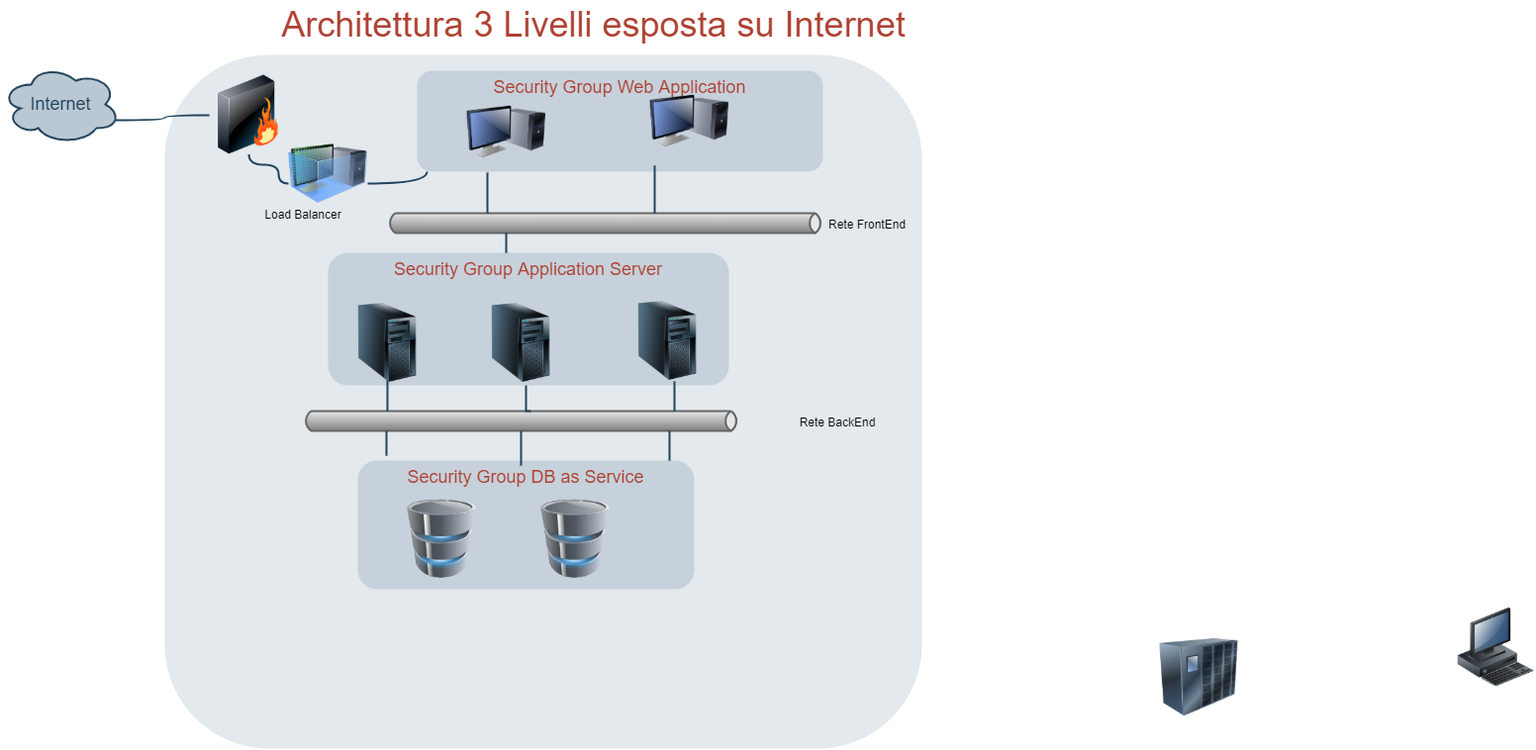
marcopasks/nivola_doc_test_en keeps this draw.io diagram as docs/Linee_guida/img/Arch-3-livelli-internet.png. Above is the earlier version. Source tidied: cells renumbered, new cells last; positions are measured from the earlier drawing's top-left corner, leaving out a move shared by most shapes.
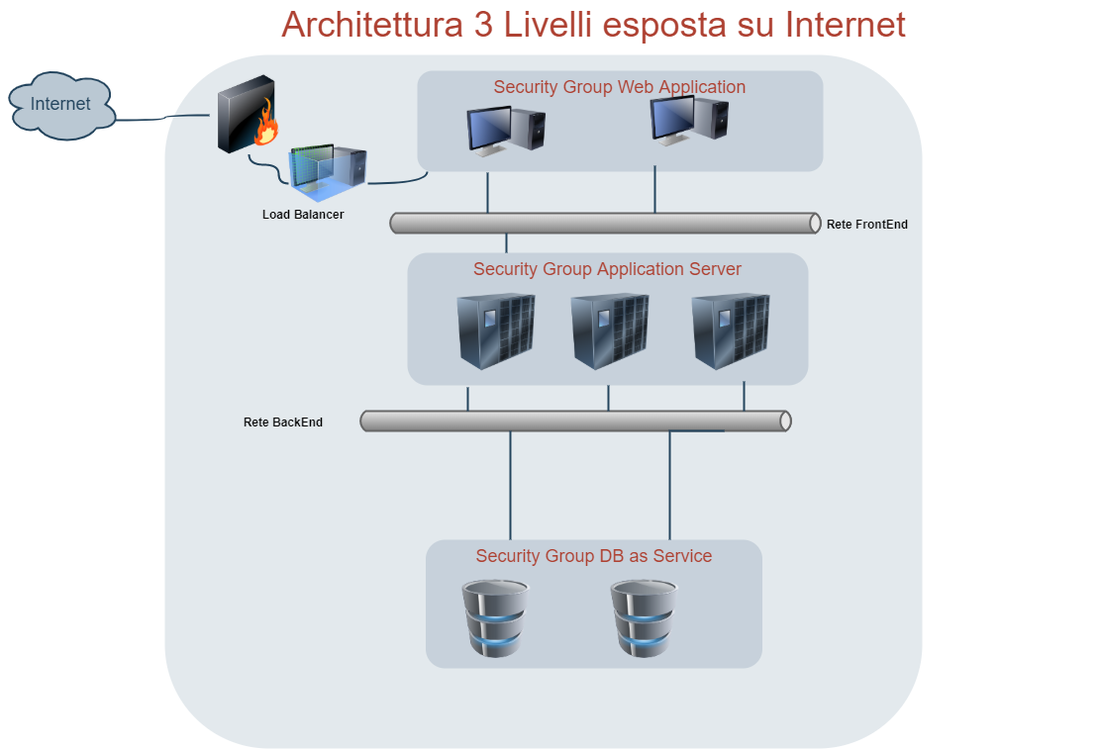
After the commit.

Diff of the diagram source:
```diff
@@ -9,10 +9,10 @@
       <mxGeometry x="420" y="71" width="410" height="102" as="geometry" />
     </mxCell>
     <mxCell id="4" value="&lt;span style=&quot;line-height: 17.1818180084229px&quot;&gt;Security Group Application Server&lt;/span&gt;" style="rounded=1;whiteSpace=wrap;html=1;shadow=0;strokeColor=none;fillColor=#BAC8D3;gradientColor=none;fontSize=18;fontColor=#AE4132;verticalAlign=top;fontStyle=0;opacity=70;strokeWidth=3;" parent="1" vertex="1">
-      <mxGeometry x="330" y="255" width="405" height="134" as="geometry" />
+      <mxGeometry x="410" y="255" width="405" height="134" as="geometry" />
     </mxCell>
     <mxCell id="5" value="Security Group DB as Service" style="rounded=1;whiteSpace=wrap;html=1;shadow=0;strokeColor=none;fillColor=#BAC8D3;gradientColor=none;fontSize=18;fontColor=#AE4132;verticalAlign=top;fontStyle=0;opacity=70;strokeWidth=3;" parent="1" vertex="1">
-      <mxGeometry x="360" y="465" width="340" height="130" as="geometry" />
+      <mxGeometry x="428.5" y="545" width="340" height="130" as="geometry" />
     </mxCell>
     <mxCell id="6" style="strokeWidth=2;strokeColor=#666666;dashed=0;align=center;html=1;fontSize=8;shape=mxgraph.eip.messageChannel;shadow=0;fillColor=#FFFFFF;gradientColor=none;fontColor=#F08705;fontStyle=0;" parent="1" vertex="1">
       <mxGeometry x="390" y="215" width="440" height="20" as="geometry" />
@@ -20,36 +20,25 @@
     <mxCell id="7" style="image;html=1;image=img/lib/clip_art/computers/Monitor_Tower_128x128.png;shadow=0;strokeColor=#000000;fillColor=#FFFFFF;gradientColor=none;fontSize=18;fontColor=#F08705;fontStyle=0;" parent="1" vertex="1">
       <mxGeometry x="470" y="93" width="80" height="80" as="geometry" />
     </mxCell>
-    <mxCell id="8" style="image;html=1;image=img/lib/clip_art/computers/Server_Tower_128x128.png;shadow=0;strokeColor=#000000;fillColor=#FFFFFF;gradientColor=none;fontSize=18;fontColor=#F08705;fontStyle=0;" parent="1" vertex="1">
-      <mxGeometry x="350" y="306" width="80" height="80" as="geometry" />
-    </mxCell>
-    <mxCell id="9" style="image;html=1;image=img/lib/clip_art/computers/Server_Tower_128x128.png;shadow=0;strokeColor=#000000;fillColor=#FFFFFF;gradientColor=none;fontSize=18;fontColor=#F08705;fontStyle=0;" parent="1" vertex="1">
-      <mxGeometry x="485" y="306" width="80" height="80" as="geometry" />
-    </mxCell>
-    <mxCell id="10" style="image;html=1;image=img/lib/clip_art/computers/Server_Tower_128x128.png;shadow=0;strokeColor=#000000;fillColor=#FFFFFF;gradientColor=none;fontSize=18;fontColor=#F08705;fontStyle=0;" parent="1" vertex="1">
-      <mxGeometry x="633" y="304" width="80" height="80" as="geometry" />
-    </mxCell>
     <mxCell id="11" style="strokeWidth=2;strokeColor=#666666;dashed=0;align=center;html=1;fontSize=8;shape=mxgraph.eip.messageChannel;shadow=0;fillColor=#FFFFFF;gradientColor=none;fontColor=#F08705;fontStyle=0;" parent="1" vertex="1">
-      <mxGeometry x="305" y="415" width="440" height="20" as="geometry" />
+      <mxGeometry x="360" y="415" width="440" height="20" as="geometry" />
     </mxCell>
-    <mxCell id="12" style="image;html=1;image=img/lib/clip_art/computers/Workstation_128x128.png;shadow=0;strokeColor=#000000;fillColor=#FFFFFF;gradientColor=none;fontSize=18;fontColor=#F08705;fontStyle=0;" parent="1" vertex="1">
-      <mxGeometry x="1470" y="614" width="80" height="80" as="geometry" />
-    </mxCell>
     <mxCell id="13" style="edgeStyle=elbowEdgeStyle;strokeWidth=2;rounded=0;endArrow=none;startArrow=none;startSize=10;endSize=10;dashed=0;html=1;strokeColor=#23445D;fontSize=18;fontColor=#F08705;startFill=0;endFill=0;fontStyle=0;exitX=0.173;exitY=1.01;exitDx=0;exitDy=0;exitPerimeter=0;" parent="1" edge="1" source="3" target="6">
       <mxGeometry relative="1" as="geometry" />
     </mxCell>
-    <mxCell id="14" style="edgeStyle=elbowEdgeStyle;strokeWidth=2;rounded=0;endArrow=none;startArrow=none;startSize=10;endSize=10;dashed=0;html=1;strokeColor=#23445D;fontSize=18;fontColor=#F08705;startFill=0;endFill=0;fontStyle=0;" parent="1" edge="1" target="11">
-      <mxGeometry relative="1" as="geometry">
-        <mxPoint x="390" y="384" as="sourcePoint" />
-      </mxGeometry>
+    <mxCell id="14" style="edgeStyle=elbowEdgeStyle;strokeWidth=2;rounded=0;endArrow=none;startArrow=none;startSize=10;endSize=10;dashed=0;html=1;strokeColor=#23445D;fontSize=18;fontColor=#F08705;startFill=0;endFill=0;fontStyle=0;exitX=0.151;exitY=1.015;exitDx=0;exitDy=0;exitPerimeter=0;" parent="1" edge="1" source="4" target="11">
+      <mxGeometry relative="1" as="geometry" />
     </mxCell>
     <mxCell id="15" style="edgeStyle=elbowEdgeStyle;strokeWidth=2;rounded=0;endArrow=none;startArrow=none;startSize=10;endSize=10;dashed=0;html=1;strokeColor=#23445D;fontSize=18;fontColor=#F08705;startFill=0;endFill=0;fontStyle=0;" parent="1" edge="1" target="11">
       <mxGeometry relative="1" as="geometry">
-        <mxPoint x="680" y="385" as="sourcePoint" />
+        <mxPoint x="750" y="385" as="sourcePoint" />
+        <Array as="points">
+          <mxPoint x="750" y="400" />
+        </Array>
       </mxGeometry>
     </mxCell>
     <mxCell id="16" style="image;html=1;image=img/lib/clip_art/networking/UPS_128x128.png;shadow=0;strokeColor=#000000;fillColor=#F2F2F2;gradientColor=none;fontSize=18;fontColor=#F08705;fontStyle=0;" parent="1" vertex="1">
-      <mxGeometry x="1170" y="644" width="80" height="80" as="geometry" />
+      <mxGeometry x="575" y="295" width="80" height="80" as="geometry" />
     </mxCell>
     <mxCell id="17" value="Architettura 3 Livelli esposta su Internet" style="text;html=1;strokeColor=none;fillColor=none;align=center;verticalAlign=middle;whiteSpace=wrap;overflow=hidden;shadow=0;fontSize=36;fontColor=#AE4132;fontStyle=0;" parent="1" vertex="1">
       <mxGeometry x="87" width="1023" height="45" as="geometry" />
@@ -75,11 +64,11 @@
         </Array>
       </mxGeometry>
     </mxCell>
-    <mxCell id="22" style="edgeStyle=elbowEdgeStyle;strokeWidth=2;rounded=0;endArrow=none;startArrow=none;startSize=10;endSize=10;dashed=0;html=1;strokeColor=#23445D;fontSize=18;fontColor=#F08705;startFill=0;endFill=0;fontStyle=0;entryX=0;entryY=0;entryDx=230;entryDy=0;entryPerimeter=0;" parent="1" edge="1" target="11">
+    <mxCell id="22" style="edgeStyle=elbowEdgeStyle;strokeWidth=2;rounded=0;endArrow=none;startArrow=none;startSize=10;endSize=10;dashed=0;html=1;strokeColor=#23445D;fontSize=18;fontColor=#F08705;startFill=0;endFill=0;fontStyle=0;exitX=0.5;exitY=1;exitDx=0;exitDy=0;" parent="1" edge="1" source="4">
       <mxGeometry relative="1" as="geometry">
-        <mxPoint x="530" y="389" as="sourcePoint" />
+        <mxPoint x="613" y="415" as="targetPoint" />
         <Array as="points">
-          <mxPoint x="530" y="385" />
+          <mxPoint x="613" y="405" />
         </Array>
       </mxGeometry>
     </mxCell>
@@ -89,19 +78,6 @@
     <mxCell id="24" style="edgeStyle=orthogonalEdgeStyle;rounded=0;html=1;startArrow=none;startFill=0;endArrow=none;endFill=0;fontSize=18;fontColor=#F08705;strokeColor=#23445D;strokeWidth=2;curved=1;fontStyle=0;entryX=0.96;entryY=0.7;entryDx=0;entryDy=0;entryPerimeter=0;" parent="1" edge="1" source="28" target="23">
       <mxGeometry relative="1" as="geometry" />
     </mxCell>
-    <mxCell id="25" style="edgeStyle=elbowEdgeStyle;strokeWidth=2;rounded=0;endArrow=none;startArrow=none;startSize=10;endSize=10;dashed=0;html=1;strokeColor=#23445D;fontSize=18;fontColor=#F08705;startFill=0;endFill=0;fontStyle=0;entryX=0.085;entryY=-0.038;entryDx=0;entryDy=0;entryPerimeter=0;" parent="1" edge="1" target="5">
-      <mxGeometry relative="1" as="geometry">
-        <mxPoint x="389" y="435" as="sourcePoint" />
-      </mxGeometry>
-    </mxCell>
-    <mxCell id="26" style="edgeStyle=elbowEdgeStyle;strokeWidth=2;rounded=0;endArrow=none;startArrow=none;startSize=10;endSize=10;dashed=0;html=1;strokeColor=#23445D;fontSize=18;fontColor=#F08705;startFill=0;endFill=0;fontStyle=0;exitX=0;exitY=1;exitDx=220;exitDy=0;exitPerimeter=0;" parent="1" edge="1" source="11">
-      <mxGeometry relative="1" as="geometry">
-        <mxPoint x="525" y="470" as="targetPoint" />
-        <Array as="points">
-          <mxPoint x="525" y="455" />
-        </Array>
-      </mxGeometry>
-    </mxCell>
     <mxCell id="27" style="edgeStyle=elbowEdgeStyle;strokeWidth=2;rounded=0;endArrow=none;startArrow=none;startSize=10;endSize=10;dashed=0;html=1;strokeColor=#23445D;fontSize=18;fontColor=#F08705;startFill=0;endFill=0;fontStyle=0;exitX=0;exitY=1;exitDx=370;exitDy=0;exitPerimeter=0;" parent="1" edge="1" source="11" target="5">
       <mxGeometry relative="1" as="geometry">
         <Array as="points">
@@ -122,10 +98,10 @@
       </mxGeometry>
     </mxCell>
     <mxCell id="30" style="image;html=1;labelBackgroundColor=#ffffff;image=img/lib/clip_art/computers/Database_128x128.png;" parent="1" vertex="1">
-      <mxGeometry x="405" y="504" width="80" height="80" as="geometry" />
+      <mxGeometry x="460" y="585" width="80" height="80" as="geometry" />
     </mxCell>
     <mxCell id="31" style="image;html=1;labelBackgroundColor=#ffffff;image=img/lib/clip_art/computers/Database_128x128.png;" parent="1" vertex="1">
-      <mxGeometry x="540" y="504" width="80" height="80" as="geometry" />
+      <mxGeometry x="610" y="585" width="80" height="80" as="geometry" />
     </mxCell>
     <mxCell id="32" style="image;html=1;labelBackgroundColor=#ffffff;image=img/lib/clip_art/computers/Virtual_Machine_128x128.png;" parent="1" vertex="1">
       <mxGeometry x="290" y="135" width="80" height="80" as="geometry" />
@@ -137,7 +113,7 @@
         </Array>
       </mxGeometry>
     </mxCell>
-    <mxCell id="34" value="Load Balancer" style="text;html=1;strokeColor=none;fillColor=none;align=center;verticalAlign=middle;whiteSpace=wrap;rounded=0;" parent="1" vertex="1">
+    <mxCell id="34" value="&lt;b&gt;Load Balancer&lt;/b&gt;" style="text;html=1;strokeColor=none;fillColor=none;align=center;verticalAlign=middle;whiteSpace=wrap;rounded=0;" parent="1" vertex="1">
       <mxGeometry x="260" y="205" width="90" height="20" as="geometry" />
     </mxCell>
     <mxCell id="35" style="edgeStyle=elbowEdgeStyle;strokeWidth=2;rounded=0;endArrow=none;startArrow=none;startSize=10;endSize=10;dashed=0;html=1;strokeColor=#23445D;fontSize=18;fontColor=#F08705;startFill=0;endFill=0;fontStyle=0;" parent="1" edge="1" target="4">
@@ -145,11 +121,25 @@
         <mxPoint x="510" y="235" as="sourcePoint" />
       </mxGeometry>
     </mxCell>
-    <mxCell id="36" value="Rete FrontEnd" style="text;html=1;strokeColor=none;fillColor=none;align=center;verticalAlign=middle;whiteSpace=wrap;rounded=0;" parent="1" vertex="1">
+    <mxCell id="36" value="&lt;b&gt;Rete FrontEnd&lt;/b&gt;" style="text;html=1;strokeColor=none;fillColor=none;align=center;verticalAlign=middle;whiteSpace=wrap;rounded=0;" parent="1" vertex="1">
       <mxGeometry x="830" y="215" width="90" height="20" as="geometry" />
     </mxCell>
-    <mxCell id="37" value="Rete BackEnd" style="text;html=1;strokeColor=none;fillColor=none;align=center;verticalAlign=middle;whiteSpace=wrap;rounded=0;" parent="1" vertex="1">
-      <mxGeometry x="800" y="415" width="90" height="20" as="geometry" />
+    <mxCell id="37" value="&lt;b&gt;Rete BackEnd&lt;/b&gt;" style="text;html=1;strokeColor=none;fillColor=none;align=center;verticalAlign=middle;whiteSpace=wrap;rounded=0;" parent="1" vertex="1">
+      <mxGeometry x="230" y="415" width="110" height="20" as="geometry" />
     </mxCell>
+    <mxCell id="38" style="image;html=1;image=img/lib/clip_art/networking/UPS_128x128.png;shadow=0;strokeColor=#000000;fillColor=#F2F2F2;gradientColor=none;fontSize=18;fontColor=#F08705;fontStyle=0;" parent="1" vertex="1">
+      <mxGeometry x="697" y="295" width="80" height="80" as="geometry" />
+    </mxCell>
+    <mxCell id="39" style="image;html=1;image=img/lib/clip_art/networking/UPS_128x128.png;shadow=0;strokeColor=#000000;fillColor=#F2F2F2;gradientColor=none;fontSize=18;fontColor=#F08705;fontStyle=0;" parent="1" vertex="1">
+      <mxGeometry x="460" y="295" width="80" height="80" as="geometry" />
+    </mxCell>
+    <mxCell id="40" style="edgeStyle=elbowEdgeStyle;strokeWidth=2;rounded=0;endArrow=none;startArrow=none;startSize=10;endSize=10;dashed=0;html=1;strokeColor=#23445D;fontSize=18;fontColor=#F08705;startFill=0;endFill=0;fontStyle=0;entryX=0.25;entryY=0;entryDx=0;entryDy=0;" parent="1" edge="1" target="5">
+      <mxGeometry relative="1" as="geometry">
+        <mxPoint x="514" y="435" as="sourcePoint" />
+        <Array as="points">
+          <mxPoint x="514" y="495" />
+        </Array>
+      </mxGeometry>
+    </mxCell>
   </root>
 </mxGraphModel>
```
